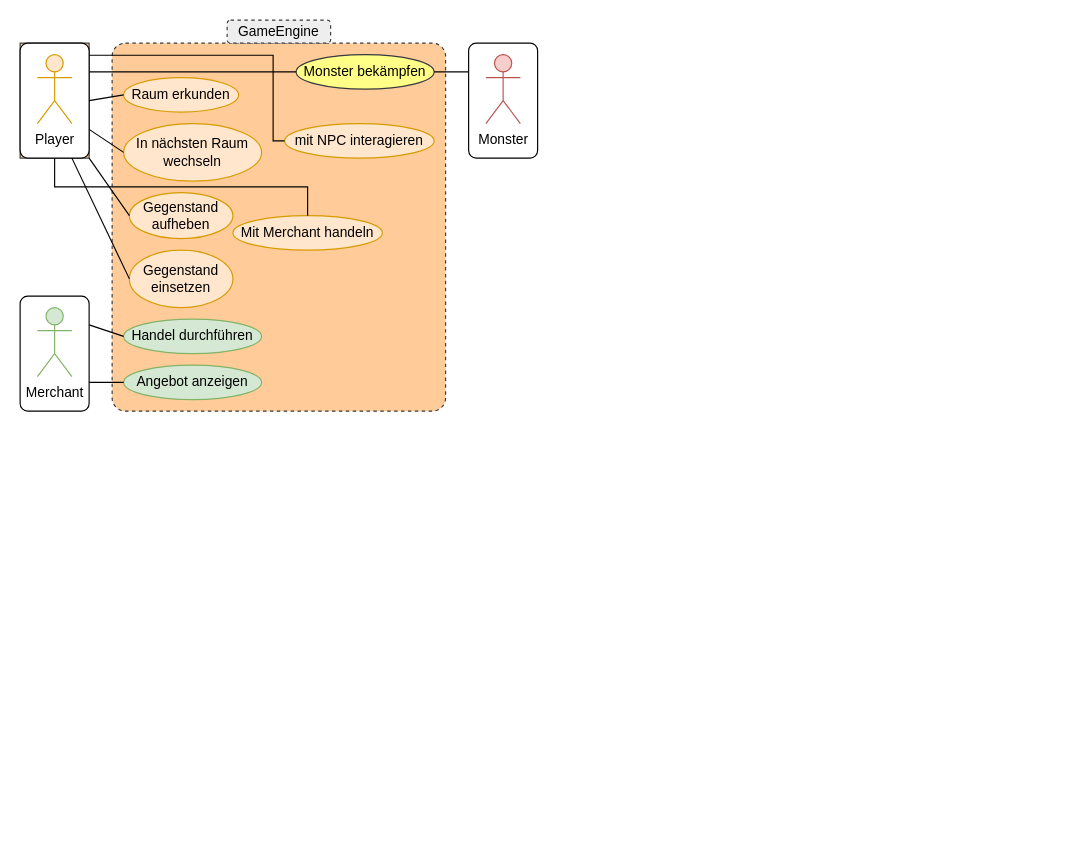
The draw.io diagram Diagrams/DungeonAdventure_UseCaseDiagramm.drawio in V1perZerofy/uml_project, before the edit. Source tidied: cells renumbered, new cells numbered last; positions are measured from the earlier drawing's top-left corner, leaving out a move shared by most shapes. Both pictures are drawn from the tidied source at 115%, with x=0, y=0 at pixel (20, 20).
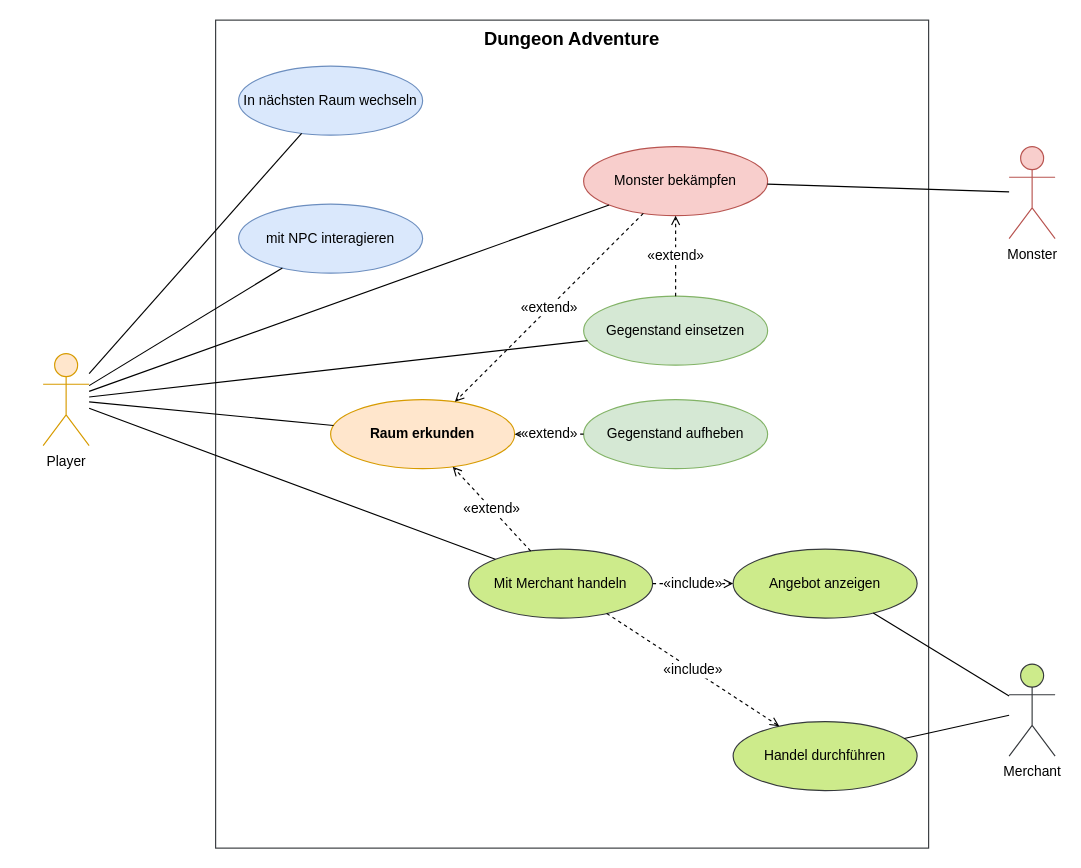
Above is the later version.

Commit message (it also covers changes not shown here):
Refactor diagrams for Dungeon Adventure: Updated Klassendiagramm to align with Sequence Diagram and revised Use Case Diagram for improved clarity and structure.

Change to the diagram source:
```diff
@@
-    <mxCell id="2" style="group;fillColor=#ffcc99;strokeColor=#36393d;" parent="1" vertex="1">
-      <mxGeometry y="20" width="60" height="100" as="geometry" />
-    </mxCell>
-    <mxCell id="3" style="rounded=1;whiteSpace=wrap;html=1;arcSize=11;" parent="2" vertex="1">
-      <mxGeometry width="60" height="100" as="geometry" />
-    </mxCell>
+    <mxCell id="33" value="Dungeon Adventure" style="rounded=0;whiteSpace=wrap;html=1;verticalAlign=top;align=center;fontSize=16;fontStyle=1;fillColor=none;strokeColor=#36393d;dashed=0;" parent="1" vertex="1">
+      <mxGeometry x="170" width="620" height="720" as="geometry" />
+    </mxCell>
-    <mxCell id="4" value="Player" style="shape=umlActor;verticalLabelPosition=bottom;verticalAlign=top;html=1;outlineConnect=0;fillColor=#ffe6cc;strokeColor=#d79b00;" parent="2" vertex="1">
-      <mxGeometry x="15" y="10" width="30" height="60" as="geometry" />
+    <mxCell id="4" value="Player" style="shape=umlActor;verticalLabelPosition=bottom;verticalAlign=top;html=1;outlineConnect=0;fillColor=#ffe6cc;strokeColor=#d79b00;" parent="1" vertex="1">
+      <mxGeometry x="20" y="290" width="40" height="80" as="geometry" />
     </mxCell>
-    <mxCell id="5" style="group;" parent="1" vertex="1">
-      <mxGeometry x="390" y="20" width="60" height="100" as="geometry" />
-    </mxCell>
-    <mxCell id="6" style="rounded=1;whiteSpace=wrap;html=1;arcSize=11;" parent="5" vertex="1">
-      <mxGeometry width="60" height="100" as="geometry" />
-    </mxCell>
-    <mxCell id="7" value="Monster" style="shape=umlActor;verticalLabelPosition=bottom;verticalAlign=top;html=1;outlineConnect=0;fillColor=#f8cecc;strokeColor=#b85450;" parent="5" vertex="1">
-      <mxGeometry x="15" y="10" width="30" height="60" as="geometry" />
+    <mxCell id="7" value="Monster" style="shape=umlActor;verticalLabelPosition=bottom;verticalAlign=top;html=1;outlineConnect=0;fillColor=#f8cecc;strokeColor=#b85450;" parent="1" vertex="1">
+      <mxGeometry x="860" y="110" width="40" height="80" as="geometry" />
     </mxCell>
-    <mxCell id="8" style="group;" parent="1" vertex="1">
-      <mxGeometry y="240" width="60" height="100" as="geometry" />
-    </mxCell>
-    <mxCell id="9" style="rounded=1;whiteSpace=wrap;html=1;arcSize=11;" parent="8" vertex="1">
-      <mxGeometry width="60" height="100" as="geometry" />
-    </mxCell>
-    <mxCell id="10" value="Merchant" style="shape=umlActor;verticalLabelPosition=bottom;verticalAlign=top;html=1;outlineConnect=0;fillColor=#d5e8d4;strokeColor=#82b366;" parent="8" vertex="1">
-      <mxGeometry x="15" y="10" width="30" height="60" as="geometry" />
+    <mxCell id="10" value="Merchant" style="shape=umlActor;verticalLabelPosition=bottom;verticalAlign=top;html=1;outlineConnect=0;fillColor=#cdeb8b;strokeColor=#36393d;" parent="1" vertex="1">
+      <mxGeometry x="860" y="560" width="40" height="80" as="geometry" />
     </mxCell>
-    <mxCell id="11" style="group;" parent="1" vertex="1">
-      <mxGeometry x="80" width="290" height="340" as="geometry" />
-    </mxCell>
-    <mxCell id="12" style="rounded=1;whiteSpace=wrap;html=1;arcSize=4;dashed=1;fillColor=#ffcc99;strokeColor=#36393d;" parent="11" vertex="1">
-      <mxGeometry y="20" width="290" height="320" as="geometry" />
-    </mxCell>
-    <mxCell id="13" value="GameEngine" style="rounded=1;whiteSpace=wrap;html=1;fillColor=#eeeeee;strokeColor=#36393d;dashed=1;" parent="11" vertex="1">
-      <mxGeometry x="100" width="90" height="20" as="geometry" />
-    </mxCell>
+    <mxCell id="18" value="In nächsten Raum wechseln" style="ellipse;whiteSpace=wrap;html=1;fillColor=#dae8fc;strokeColor=#6c8ebf;" parent="1" vertex="1">
+      <mxGeometry x="190" y="40" width="160" height="60" as="geometry" />
+    </mxCell>
+    <mxCell id="22" value="mit NPC interagieren" style="ellipse;whiteSpace=wrap;html=1;fillColor=#dae8fc;strokeColor=#6c8ebf;" parent="1" vertex="1">
+      <mxGeometry x="190" y="160" width="160" height="60" as="geometry" />
+    </mxCell>
+    <mxCell id="17" value="Raum erkunden" style="ellipse;whiteSpace=wrap;html=1;fillColor=#ffe6cc;strokeColor=#d79b00;fontStyle=1;" parent="1" vertex="1">
+      <mxGeometry x="270" y="330" width="160" height="60" as="geometry" />
+    </mxCell>
+    <mxCell id="16" value="Monster bekämpfen" style="ellipse;whiteSpace=wrap;html=1;fillColor=#f8cecc;strokeColor=#b85450;" parent="1" vertex="1">
+      <mxGeometry x="490" y="110" width="160" height="60" as="geometry" />
+    </mxCell>
+    <mxCell id="20" value="Gegenstand einsetzen" style="ellipse;whiteSpace=wrap;html=1;fillColor=#d5e8d4;strokeColor=#82b366;" parent="1" vertex="1">
+      <mxGeometry x="490" y="240" width="160" height="60" as="geometry" />
+    </mxCell>
+    <mxCell id="19" value="Gegenstand aufheben" style="ellipse;whiteSpace=wrap;html=1;fillColor=#d5e8d4;strokeColor=#82b366;" parent="1" vertex="1">
+      <mxGeometry x="490" y="330" width="160" height="60" as="geometry" />
+    </mxCell>
+    <mxCell id="21" value="Mit Merchant handeln" style="ellipse;whiteSpace=wrap;html=1;fillColor=#cdeb8b;strokeColor=#36393d;" parent="1" vertex="1">
+      <mxGeometry x="390" y="460" width="160" height="60" as="geometry" />
+    </mxCell>
-    <mxCell id="14" value="Angebot anzeigen" style="ellipse;whiteSpace=wrap;html=1;fillColor=#d5e8d4;strokeColor=#82b366;" parent="11" vertex="1">
-      <mxGeometry x="10" y="300" width="120" height="30" as="geometry" />
+    <mxCell id="14" value="Angebot anzeigen" style="ellipse;whiteSpace=wrap;html=1;fillColor=#cdeb8b;strokeColor=#36393d;" parent="1" vertex="1">
+      <mxGeometry x="620" y="460" width="160" height="60" as="geometry" />
     </mxCell>
-    <mxCell id="15" value="Handel durchführen" style="ellipse;whiteSpace=wrap;html=1;fillColor=#d5e8d4;strokeColor=#82b366;" parent="11" vertex="1">
-      <mxGeometry x="10" y="260" width="120" height="30" as="geometry" />
+    <mxCell id="15" value="Handel durchführen" style="ellipse;whiteSpace=wrap;html=1;fillColor=#cdeb8b;strokeColor=#36393d;" parent="1" vertex="1">
+      <mxGeometry x="620" y="610" width="160" height="60" as="geometry" />
     </mxCell>
-    <mxCell id="16" value="Monster bekämpfen" style="ellipse;whiteSpace=wrap;html=1;fillColor=#ffff88;strokeColor=#36393d;" parent="11" vertex="1">
-      <mxGeometry x="160" y="30" width="120" height="30" as="geometry" />
-    </mxCell>
-    <mxCell id="17" value="Raum erkunden" style="ellipse;whiteSpace=wrap;html=1;fillColor=#ffe6cc;strokeColor=#d79b00;" parent="11" vertex="1">
-      <mxGeometry x="10" y="50" width="100" height="30" as="geometry" />
-    </mxCell>
-    <mxCell id="18" value="In nächsten Raum wechseln" style="ellipse;whiteSpace=wrap;html=1;fillColor=#ffe6cc;strokeColor=#d79b00;" parent="11" vertex="1">
-      <mxGeometry x="10" y="90" width="120" height="50" as="geometry" />
-    </mxCell>
-    <mxCell id="19" value="Gegenstand aufheben" style="ellipse;whiteSpace=wrap;html=1;fillColor=#ffe6cc;strokeColor=#d79b00;" parent="11" vertex="1">
-      <mxGeometry x="15" y="150" width="90" height="40" as="geometry" />
-    </mxCell>
-    <mxCell id="20" value="Gegenstand einsetzen" style="ellipse;whiteSpace=wrap;html=1;fillColor=#ffe6cc;strokeColor=#d79b00;" parent="11" vertex="1">
-      <mxGeometry x="15" y="200" width="90" height="50" as="geometry" />
-    </mxCell>
-    <mxCell id="21" value="Mit Merchant handeln" style="ellipse;whiteSpace=wrap;html=1;fillColor=#ffe6cc;strokeColor=#d79b00;" parent="11" vertex="1">
-      <mxGeometry x="105" y="170" width="130" height="30" as="geometry" />
-    </mxCell>
-    <mxCell id="22" value="mit NPC interagieren" style="ellipse;whiteSpace=wrap;html=1;fillColor=#ffe6cc;strokeColor=#d79b00;" parent="11" vertex="1">
-      <mxGeometry x="150" y="90" width="130" height="30" as="geometry" />
-    </mxCell>
-    <mxCell id="23" style="rounded=0;jettySize=auto;html=1;exitX=1;exitY=0.25;exitDx=0;exitDy=0;entryX=0;entryY=0.5;entryDx=0;entryDy=0;endArrow=none;endFill=0;" parent="1" edge="1" source="9" target="15">
-      <mxGeometry relative="1" as="geometry" />
-    </mxCell>
-    <mxCell id="24" style="rounded=0;jettySize=auto;html=1;exitX=1;exitY=0.75;exitDx=0;exitDy=0;entryX=0;entryY=0.5;entryDx=0;entryDy=0;endArrow=none;endFill=0;" parent="1" edge="1" source="9" target="14">
-      <mxGeometry relative="1" as="geometry" />
-    </mxCell>
-    <mxCell id="25" style="rounded=0;jettySize=auto;html=1;exitX=1;exitY=0.25;exitDx=0;exitDy=0;entryX=0;entryY=0.5;entryDx=0;entryDy=0;endArrow=none;endFill=0;" parent="1" edge="1" source="3" target="16">
-      <mxGeometry relative="1" as="geometry" />
-    </mxCell>
-    <mxCell id="26" style="rounded=0;jettySize=auto;html=1;exitX=0;exitY=0.25;exitDx=0;exitDy=0;entryX=1;entryY=0.5;entryDx=0;entryDy=0;endArrow=none;endFill=0;" parent="1" edge="1" source="6" target="16">
-      <mxGeometry relative="1" as="geometry" />
-    </mxCell>
-    <mxCell id="27" style="rounded=0;jettySize=auto;html=1;exitX=1;exitY=0.5;exitDx=0;exitDy=0;entryX=0;entryY=0.5;entryDx=0;entryDy=0;endArrow=none;endFill=0;" parent="1" edge="1" source="3" target="17">
-      <mxGeometry relative="1" as="geometry" />
-    </mxCell>
-    <mxCell id="28" style="rounded=0;jettySize=auto;html=1;exitX=1;exitY=0.75;exitDx=0;exitDy=0;entryX=0;entryY=0.5;entryDx=0;entryDy=0;endArrow=none;endFill=0;" parent="1" edge="1" source="3" target="18">
-      <mxGeometry relative="1" as="geometry" />
-    </mxCell>
-    <mxCell id="29" style="rounded=0;jettySize=auto;html=1;entryX=0;entryY=0.5;entryDx=0;entryDy=0;endArrow=none;endFill=0;" parent="1" edge="1" target="19">
-      <mxGeometry relative="1" as="geometry">
-        <mxPoint x="60" y="120" as="sourcePoint" />
-      </mxGeometry>
-    </mxCell>
-    <mxCell id="30" style="rounded=0;jettySize=auto;html=1;exitX=0.75;exitY=1;exitDx=0;exitDy=0;entryX=0;entryY=0.5;entryDx=0;entryDy=0;endArrow=none;endFill=0;" parent="1" edge="1" source="3" target="20">
-      <mxGeometry relative="1" as="geometry" />
-    </mxCell>
-    <mxCell id="31" style="rounded=0;jettySize=auto;html=1;entryX=0;entryY=0.5;entryDx=0;entryDy=0;endArrow=none;endFill=0;edgeStyle=orthogonalEdgeStyle;exitX=0.998;exitY=0.105;exitDx=0;exitDy=0;exitPerimeter=0;" parent="1" edge="1" source="3" target="22">
-      <mxGeometry relative="1" as="geometry">
-        <Array as="points">
-          <mxPoint x="220" y="31" />
-          <mxPoint x="220" y="105" />
-        </Array>
-      </mxGeometry>
-    </mxCell>
-    <mxCell id="32" style="edgeStyle=orthogonalEdgeStyle;rounded=0;jettySize=auto;html=1;exitX=0.5;exitY=1;exitDx=0;exitDy=0;entryX=0.5;entryY=0;entryDx=0;entryDy=0;endArrow=none;endFill=0;" parent="1" edge="1" source="3" target="21">
-      <mxGeometry relative="1" as="geometry">
-        <Array as="points">
-          <mxPoint x="30" y="145" />
-          <mxPoint x="250" y="145" />
-        </Array>
-      </mxGeometry>
-    </mxCell>
+    <mxCell id="34" style="endArrow=none;html=1;" parent="1" edge="1" source="4" target="18">
+      <mxGeometry relative="1" as="geometry" />
+    </mxCell>
+    <mxCell id="35" style="endArrow=none;html=1;" parent="1" edge="1" source="4" target="22">
+      <mxGeometry relative="1" as="geometry" />
+    </mxCell>
+    <mxCell id="36" style="endArrow=none;html=1;" parent="1" edge="1" source="4" target="17">
+      <mxGeometry relative="1" as="geometry" />
+    </mxCell>
+    <mxCell id="37" style="endArrow=none;html=1;" parent="1" edge="1" source="4" target="16">
+      <mxGeometry relative="1" as="geometry" />
+    </mxCell>
+    <mxCell id="38" style="endArrow=none;html=1;" parent="1" edge="1" source="4" target="20">
+      <mxGeometry relative="1" as="geometry" />
+    </mxCell>
+    <mxCell id="39" style="endArrow=none;html=1;" parent="1" edge="1" source="4" target="21">
+      <mxGeometry relative="1" as="geometry" />
+    </mxCell>
+    <mxCell id="40" style="endArrow=none;html=1;" parent="1" edge="1" source="7" target="16">
+      <mxGeometry relative="1" as="geometry" />
+    </mxCell>
+    <mxCell id="41" style="endArrow=none;html=1;" parent="1" edge="1" source="10" target="14">
+      <mxGeometry relative="1" as="geometry" />
+    </mxCell>
+    <mxCell id="42" style="endArrow=none;html=1;" parent="1" edge="1" source="10" target="15">
+      <mxGeometry relative="1" as="geometry" />
+    </mxCell>
+    <mxCell id="43" value="«include»" style="endArrow=open;endFill=0;dashed=1;html=1;fontSize=12;" parent="1" edge="1" source="21" target="14">
+      <mxGeometry relative="1" as="geometry" />
+    </mxCell>
+    <mxCell id="44" value="«include»" style="endArrow=open;endFill=0;dashed=1;html=1;fontSize=12;" parent="1" edge="1" source="21" target="15">
+      <mxGeometry relative="1" as="geometry" />
+    </mxCell>
+    <mxCell id="45" value="«extend»" style="endArrow=open;endFill=0;dashed=1;html=1;fontSize=12;" parent="1" edge="1" source="19" target="17">
+      <mxGeometry relative="1" as="geometry" />
+    </mxCell>
+    <mxCell id="46" value="«extend»" style="endArrow=open;endFill=0;dashed=1;html=1;fontSize=12;" parent="1" edge="1" source="16" target="17">
+      <mxGeometry relative="1" as="geometry" />
+    </mxCell>
+    <mxCell id="47" value="«extend»" style="endArrow=open;endFill=0;dashed=1;html=1;fontSize=12;" parent="1" edge="1" source="21" target="17">
+      <mxGeometry relative="1" as="geometry" />
+    </mxCell>
+    <mxCell id="48" value="«extend»" style="endArrow=open;endFill=0;dashed=1;html=1;fontSize=12;" parent="1" edge="1" source="20" target="16">
+      <mxGeometry relative="1" as="geometry" />
+    </mxCell>
```
